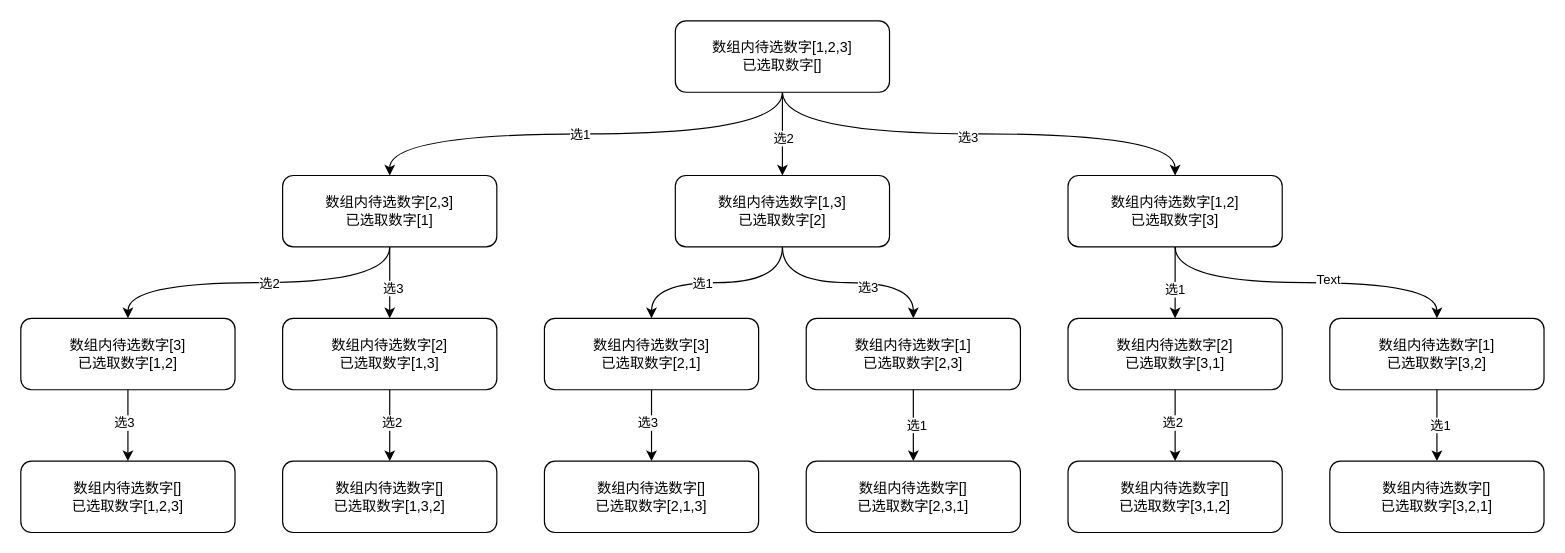
This is draw-io/未命名绘图.drawio from kpsmile95/file-repository, a draw.io file, before an edit. Source tidied: cells renumbered, new cells numbered last; positions are measured from the earlier drawing's top-left corner, leaving out a move shared by most shapes. Both pictures are drawn from the tidied source at 119%, with x=0, y=0 at pixel (20, 20).
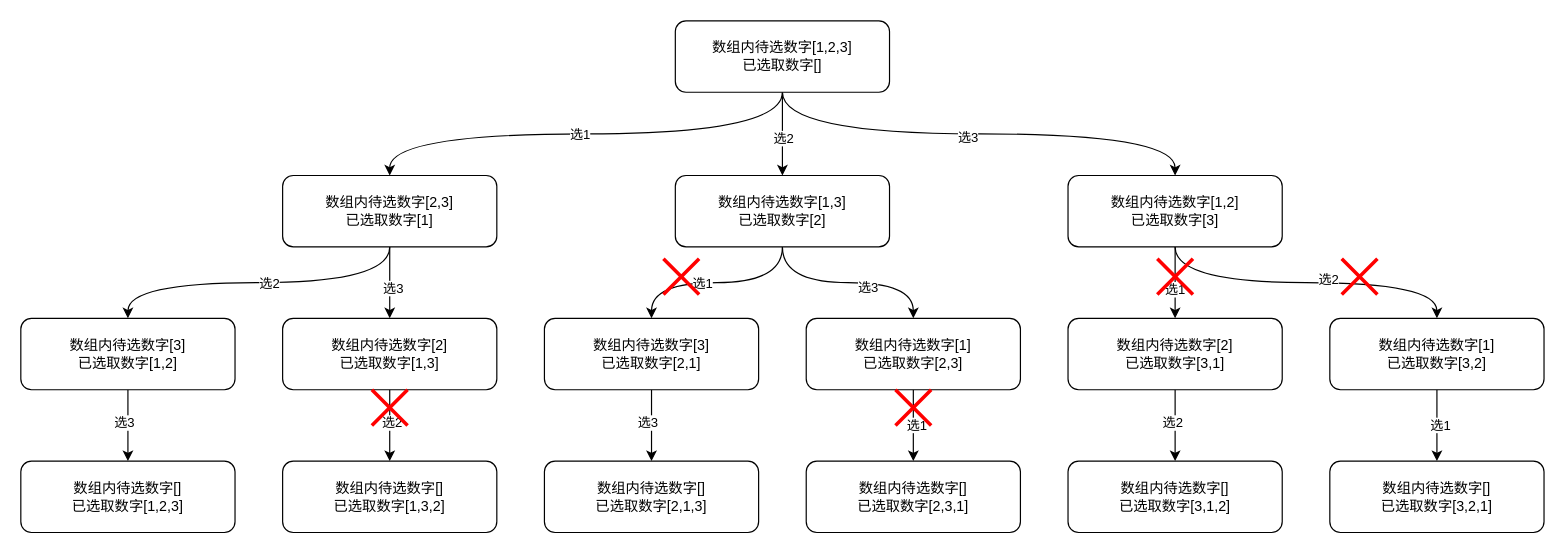
Above is the later version.

Commit message (it also covers changes not shown here):
更新未命名绘图.drawio

The change refers to these unchanged cells:
```xml
<mxCell id="24" style="edgeStyle=orthogonalEdgeStyle;rounded=0;jettySize=auto;html=1;exitX=0.5;exitY=1;exitDx=0;exitDy=0;entryX=0.5;entryY=0;entryDx=0;entryDy=0;curved=1;" parent="1" edge="1" source="26" target="58">
  <mxGeometry relative="1" as="geometry" />
</mxCell>
```

The edit, as a diff of the source:
```diff
@@
-    <mxCell id="25" value="Text" style="edgeLabel;html=1;align=center;verticalAlign=middle;" parent="24" vertex="1">
+    <mxCell id="25" value="选2" style="edgeLabel;html=1;align=center;verticalAlign=middle;" parent="24" vertex="1">
       <mxGeometry x="0.13" y="3" relative="1" as="geometry" />
     </mxCell>
@@
+    <mxCell id="64" style="shape=umlDestroy;whiteSpace=wrap;html=1;strokeWidth=3;targetShapes=umlLifeline;strokeColor=#FF0000;" parent="1" vertex="1">
+      <mxGeometry x="295" y="310" width="30" height="30" as="geometry" />
+    </mxCell>
+    <mxCell id="65" style="shape=umlDestroy;whiteSpace=wrap;html=1;strokeWidth=3;targetShapes=umlLifeline;strokeColor=#FF0000;" parent="1" vertex="1">
+      <mxGeometry x="540" y="200" width="30" height="30" as="geometry" />
+    </mxCell>
+    <mxCell id="66" style="shape=umlDestroy;whiteSpace=wrap;html=1;strokeWidth=3;targetShapes=umlLifeline;strokeColor=#FF0000;" parent="1" vertex="1">
+      <mxGeometry x="735" y="310" width="30" height="30" as="geometry" />
+    </mxCell>
+    <mxCell id="67" style="shape=umlDestroy;whiteSpace=wrap;html=1;strokeWidth=3;targetShapes=umlLifeline;strokeColor=#FF0000;" parent="1" vertex="1">
+      <mxGeometry x="955" y="200" width="30" height="30" as="geometry" />
+    </mxCell>
+    <mxCell id="68" style="shape=umlDestroy;whiteSpace=wrap;html=1;strokeWidth=3;targetShapes=umlLifeline;strokeColor=#FF0000;" parent="1" vertex="1">
+      <mxGeometry x="1110" y="200" width="30" height="30" as="geometry" />
+    </mxCell>
```
